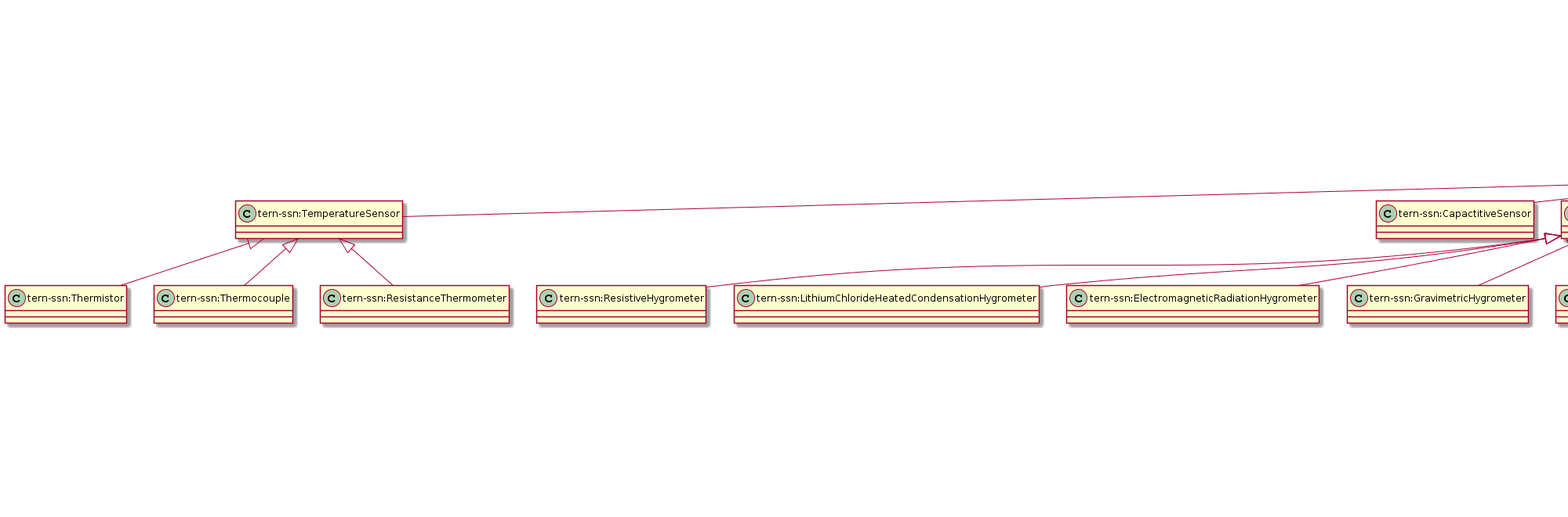
This is docs/tern-ssn.ttl.txt.png from ternaustralia/ontology_tern-sensor, a PlantUML export, as it was before one commit.
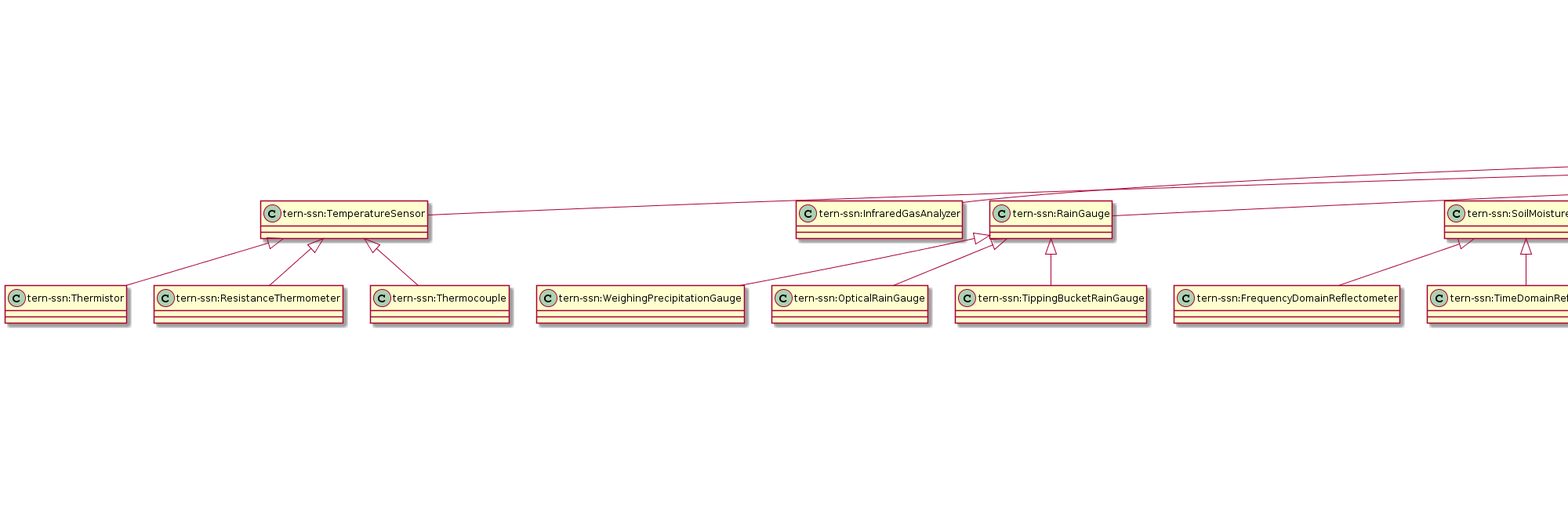
Above is the later version.

Diff of the diagram source:
```diff
@@ -1,234 +1,237 @@
 @startuml
 title TERN SSN ontology extension and vocabulary
+"ssn:System" <|-- "sosa:Sensor"
+"schema:Event" <|-- "tern-ssn:DroneCampaign"
+"tern-ssn:TemperatureSensor" <|-- "tern-ssn:Thermistor"
+"sosa:Sensor" <|-- "tern-ssn:InfraredGasAnalyzer"
+"tern-ssn:RainGauge" <|-- "tern-ssn:WeighingPrecipitationGauge"
+"tern-ssn:SoilMoistureSensor" <|-- "tern-ssn:FrequencyDomainReflectometer"
+"tern-ssn:EddyCovarianceFluxTower" <|-- "tern-ssn:WalkUpTower"
+"tern-ssn:Actinometer" <|-- "tern-ssn:Pyranometer"
+"ssn:Property" <|-- "tern-ssn:SystemCapability"
+"tern-ssn:Barometer" <|-- "tern-ssn:ElectronicBarometer"
+"tern-ssn:RainGauge" <|-- "tern-ssn:OpticalRainGauge"
+"sosa:Sensor" <|-- "tern-ssn:RadiationSensor"
+"tern-ssn:MobilePlatform" <|-- "tern-ssn:Satellite"
+"sosa:Sensor" <|-- "tern-ssn:HeatFluxSensor"
+"prov:Entity" <|-- "tern-ssn:Calibration"
+"tern-ssn:Hygrometer" <|-- "tern-ssn:Psychrometer"
+"sosa:Sensor" <|-- "tern-ssn:SoilMoistureSensor"
+"tern-ssn:FixedPlatform" <|-- "tern-ssn:WeatherStation"
+"ssn:Property" <|-- "tern-ssn:SystemProperty"
+"tern-ssn:Anemometer" <|-- "tern-ssn:HotWireAnemometer"
+"tern-ssn:Hygrometer" <|-- "tern-ssn:GravimetricHygrometer"
+"tern-ssn:Hygrometer" <|-- "tern-ssn:ResistiveHygrometer"
+"sosa:Platform" <|-- "tern-ssn:FixedPlatform"
+"owl:Thing" <|-- "tern-ssn:DeploymentInfo"
+"tern-ssn:EddyCovarianceFluxTower" <|-- "tern-ssn:TripodTower"
+"tern-ssn:Barometer" <|-- "tern-ssn:AneroidBarometer"
+"tern-ssn:Hygrometer" <|-- "tern-ssn:ElectromagneticRadiationHygrometer"
+"tern-ssn:Hygrometer" <|-- "tern-ssn:LithiumChlorideHeatedCondensationHygrometer"
+"sosa:Sensor" <|-- "tern-ssn:WindSensor"
+"tern-ssn:SoilMoistureSensor" <|-- "tern-ssn:TimeDomainReflectometer"
 "tern-ssn:Radiometer" <|-- "tern-ssn:Pyrradiometer"
-"tern-ssn:TemperatureSensor" <|-- "tern-ssn:Thermistor"
-"sosa:Sensor" <|-- "tern-ssn:CapactitiveSensor"
+"skos:Concept" <|-- "tern-ssn:Variable"
+"sosa:ObservableProperty" <|-- "tern-ssn:Variable"
+"sosa:Platform" <|-- "tern-ssn:MobilePlatform"
+"tern-ssn:RadiationSensor" <|-- "tern-ssn:QuantumSensor"
+"tern-ssn:SonicAnemometer" <|-- "tern-ssn:3DSonicAnemometer"
+"tern-ssn:EddyCovarianceFluxTower" <|-- "tern-ssn:TriangleTower"
 "prov:Entity" <|-- "tern-ssn:SensorConfiguration"
-"tern-ssn:Anemometer" <|-- "tern-ssn:HotWireAnemometer"
-"tern-ssn:Radiometer" <|-- "tern-ssn:Actinometer"
-"sosa:Sensor" <|-- "tern-ssn:Hygrometer"
+"owl:Thing" <|-- "tern-ssn:FlightPlan"
 "tern-ssn:Anemometer" <|-- "tern-ssn:SonicAnemometer"
 "tern-ssn:RadiationSensor" <|-- "tern-ssn:Radiometer"
+"tern-ssn:TemperatureSensor" <|-- "tern-ssn:ResistanceThermometer"
+"tern-ssn:Site" <|-- "tern-ssn:SuperSite"
+"sosa:Sensor" <|-- "tern-ssn:TemperatureSensor"
 "sosa:Sensor" <|-- "tern-ssn:Barometer"
-"skos:Concept" <|-- "tern-ssn:Variable"
-"sosa:ObservableProperty" <|-- "tern-ssn:Variable"
-"tern-ssn:FixedPlatform" <|-- "tern-ssn:WeatherStation"
+"tern-ssn:FixedPlatform" <|-- "tern-ssn:Site"
+"skos:Concept" <|-- "tern-ssn:ObservationTheme"
+"tern-ssn:SonicAnemometer" <|-- "tern-ssn:2DSonicAnemometer"
+"tern-ssn:Anemometer" <|-- "tern-ssn:CupAnemometer"
+"sosa:Sensor" <|-- "tern-ssn:CapactitiveSensor"
+"tern-ssn:FixedPlatform" <|-- "tern-ssn:EddyCovarianceFluxTower"
+"sosa:Sensor" <|-- "tern-ssn:SapFlowSensor"
+"skos:Concept" <|-- "tern-ssn:QuantitativeVariable"
+"sosa:Procedure" <|-- "tern-ssn:Method"
+"skos:Concept" <|-- "tern-ssn:Method"
+"tern-ssn:EddyCovarianceFluxTower" <|-- "tern-ssn:PoleTower"
 "tern-ssn:Site" <|-- "tern-ssn:AffiliateSuperSite"
-"tern-ssn:Anemometer" <|-- "tern-ssn:CupAnemometer"
-"sosa:Sensor" <|-- "tern-ssn:Dendrometer"
-"tern-ssn:Hygrometer" <|-- "tern-ssn:ResistiveHygrometer"
-"ssn:Property" <|-- "tern-ssn:SystemProperty"
-"sosa:Sensor" <|-- "tern-ssn:WindSensor"
-"tern-ssn:SoilMoistureSensor" <|-- "tern-ssn:FrequencyDomainReflectometer"
-"tern-ssn:Barometer" <|-- "tern-ssn:AneroidBarometer"
-"owl:Thing" <|-- "tern-ssn:DeploymentInfo"
-"tern-ssn:RadiationSensor" <|-- "tern-ssn:Pyrheliometer"
+"sosa:Sensor" <|-- "tern-ssn:RainGauge"
+"sosa:Sensor" <|-- "tern-ssn:Hygrometer"
+"tern-ssn:Hygrometer" <|-- "tern-ssn:DewPointHygrometer"
+"tern-ssn:Radiometer" <|-- "tern-ssn:Actinometer"
+"tern-ssn:Hygrometer" <|-- "tern-ssn:HairHygrometer"
+"tern-ssn:Actinometer" <|-- "tern-ssn:NetRadiometer"
+"tern-ssn:RadiationSensor" <|-- "tern-ssn:Pyrgeometer"
+"tern-ssn:MobilePlatform" <|-- "tern-ssn:Aircraft"
+"tern-ssn:Site" <|-- "tern-ssn:EcosystemProcessesSite"
 "sosa:Sensor" <|-- "tern-ssn:Ceilometer"
 "sosa:Sensor" <|-- "tern-ssn:Spectrometer"
-"sosa:Sensor" <|-- "tern-ssn:HeatFluxSensor"
-"tern-ssn:Hygrometer" <|-- "tern-ssn:LithiumChlorideHeatedCondensationHygrometer"
-"skos:Concept" <|-- "tern-ssn:QuantitativeVariable"
-"sosa:Sensor" <|-- "tern-ssn:SapFlowSensor"
+"tern-ssn:RadiationSensor" <|-- "tern-ssn:Pyrheliometer"
+"tern-ssn:Barometer" <|-- "tern-ssn:MercuryBarometer"
+"tern-ssn:WindSensor" <|-- "tern-ssn:Anemometer"
+"tern-ssn:RainGauge" <|-- "tern-ssn:TippingBucketRainGauge"
 "tern-ssn:TemperatureSensor" <|-- "tern-ssn:Thermocouple"
-"tern-ssn:Actinometer" <|-- "tern-ssn:NetRadiometer"
-"tern-ssn:MobilePlatform" <|-- "tern-ssn:Satellite"
-"tern-ssn:RainGauge" <|-- "tern-ssn:TippingBucketRainGauge"
-"tern-ssn:MobilePlatform" <|-- "tern-ssn:Aircraft"
-"ssn:Property" <|-- "tern-ssn:SystemCapability"
-"sosa:Procedure" <|-- "tern-ssn:Method"
-"skos:Concept" <|-- "tern-ssn:Method"
-"tern-ssn:Hygrometer" <|-- "tern-ssn:ElectromagneticRadiationHygrometer"
-"tern-ssn:FixedPlatform" <|-- "tern-ssn:EddyCovarianceFluxTower"
-"tern-ssn:Hygrometer" <|-- "tern-ssn:GravimetricHygrometer"
-"tern-ssn:RainGauge" <|-- "tern-ssn:WeighingPrecipitationGauge"
-"sosa:Sensor" <|-- "tern-ssn:TemperatureSensor"
-"prov:Entity" <|-- "tern-ssn:Calibration"
-"tern-ssn:Hygrometer" <|-- "tern-ssn:Psychrometer"
-"tern-ssn:Hygrometer" <|-- "tern-ssn:HairHygrometer"
-"sosa:Sensor" <|-- "tern-ssn:SoilMoistureSensor"
-"ssn:System" <|-- "sosa:Sensor"
-"tern-ssn:FixedPlatform" <|-- "tern-ssn:Site"
-"tern-ssn:RadiationSensor" <|-- "tern-ssn:Pyrgeometer"
-"schema:Event" <|-- "tern-ssn:DroneCampaign"
-"tern-ssn:SoilMoistureSensor" <|-- "tern-ssn:TimeDomainReflectometer"
-"tern-ssn:RainGauge" <|-- "tern-ssn:OpticalRainGauge"
-"owl:Thing" <|-- "tern-ssn:FlightPlan"
-"tern-ssn:Actinometer" <|-- "tern-ssn:Pyranometer"
-"tern-ssn:Barometer" <|-- "tern-ssn:ElectronicBarometer"
-"tern-ssn:EddyCovarianceFluxTower" <|-- "tern-ssn:TriangleTower"
-"tern-ssn:Barometer" <|-- "tern-ssn:MercuryBarometer"
-"tern-ssn:EddyCovarianceFluxTower" <|-- "tern-ssn:PoleTower"
-"tern-ssn:EddyCovarianceFluxTower" <|-- "tern-ssn:TripodTower"
-"sosa:Platform" <|-- "tern-ssn:FixedPlatform"
-"sosa:Platform" <|-- "tern-ssn:MobilePlatform"
-"tern-ssn:RadiationSensor" <|-- "tern-ssn:QuantumSensor"
-"tern-ssn:Hygrometer" <|-- "tern-ssn:DewPointHygrometer"
-"tern-ssn:Site" <|-- "tern-ssn:EcosystemProcessesSite"
-"tern-ssn:EddyCovarianceFluxTower" <|-- "tern-ssn:WalkUpTower"
-"tern-ssn:SonicAnemometer" <|-- "tern-ssn:2DSonicAnemometer"
 "tern-ssn:Aircraft" <|-- "tern-ssn:Drone"
-"sosa:Sensor" <|-- "tern-ssn:RadiationSensor"
-"tern-ssn:Site" <|-- "tern-ssn:SuperSite"
-"tern-ssn:WindSensor" <|-- "tern-ssn:Anemometer"
-"sosa:Sensor" <|-- "tern-ssn:InfraredGasAnalyzer"
-"tern-ssn:SonicAnemometer" <|-- "tern-ssn:3DSonicAnemometer"
-"tern-ssn:TemperatureSensor" <|-- "tern-ssn:ResistanceThermometer"
-"sosa:Sensor" <|-- "tern-ssn:RainGauge"
-Class "tern-ssn:Pyrradiometer" [[https://w3id.org/tern/ontologies/ssn/Pyrradiometer]] {
+"sosa:Sensor" <|-- "tern-ssn:Dendrometer"
+Class "sosa:Sensor" [[http://www.w3.org/ns/sosa/Sensor]] {
+}
+Class "tern-ssn:DroneCampaign" [[https://w3id.org/tern/ontologies/ssn/DroneCampaign]] {
 }
 Class "tern-ssn:Thermistor" [[https://w3id.org/tern/ontologies/ssn/Thermistor]] {
 }
-Class "tern-ssn:CapactitiveSensor" [[https://w3id.org/tern/ontologies/ssn/CapactitiveSensor]] {
+Class "tern-ssn:InfraredGasAnalyzer" [[https://w3id.org/tern/ontologies/ssn/InfraredGasAnalyzer]] {
+}
+Class "tern-ssn:WeighingPrecipitationGauge" [[https://w3id.org/tern/ontologies/ssn/WeighingPrecipitationGauge]] {
+}
+Class "tern-ssn:FrequencyDomainReflectometer" [[https://w3id.org/tern/ontologies/ssn/FrequencyDomainReflectometer]] {
+}
+Class "tern-ssn:WalkUpTower" [[https://w3id.org/tern/ontologies/ssn/WalkUpTower]] {
+}
+Class "tern-ssn:Pyranometer" [[https://w3id.org/tern/ontologies/ssn/Pyranometer]] {
+}
+Class "tern-ssn:SystemCapability" [[https://www.w3.org/ns/ssn/systems/SystemCapability]] {
+}
+Class "tern-ssn:ElectronicBarometer" [[https://w3id.org/tern/ontologies/ssn/ElectronicBarometer]] {
+}
+Class "tern-ssn:OpticalRainGauge" [[https://w3id.org/tern/ontologies/ssn/OpticalRainGauge]] {
+}
+Class "tern-ssn:RadiationSensor" [[https://w3id.org/tern/ontologies/ssn/RadiationSensor]] {
+}
+Class "tern-ssn:Satellite" [[https://w3id.org/tern/ontologies/ssn/Satellite]] {
+}
+Class "sosa:ObservableProperty" [[http://www.w3.org/ns/sosa/ObservableProperty]] {
+}
+Class "tern-ssn:HeatFluxSensor" [[https://w3id.org/tern/ontologies/ssn/HeatFluxSensor]] {
+}
+Class "tern-ssn:Calibration" [[https://w3id.org/tern/ontologies/ssn/Calibration]] {
+}
+Class "tern-ssn:Psychrometer" [[https://w3id.org/tern/ontologies/ssn/Psychrometer]] {
+}
+Class "tern-ssn:SoilMoistureSensor" [[https://w3id.org/tern/ontologies/ssn/SoilMoistureSensor]] {
+}
+Class "tern-ssn:WeatherStation" [[https://w3id.org/tern/ontologies/ssn/WeatherStation]] {
+}
+Class "tern-ssn:SystemProperty" [[https://www.w3.org/ns/ssn/systems/SystemProperty]] {
+}
+Class "tern-ssn:HotWireAnemometer" [[https://w3id.org/tern/ontologies/ssn/HotWireAnemometer]] {
+}
+Class "tern-ssn:GravimetricHygrometer" [[https://w3id.org/tern/ontologies/ssn/GravimetricHygrometer]] {
+}
+Class "tern-ssn:ResistiveHygrometer" [[https://w3id.org/tern/ontologies/ssn/ResistiveHygrometer]] {
+}
+Class "tern-ssn:FixedPlatform" [[https://w3id.org/tern/ontologies/ssn/FixedPlatform]] {
+}
+Class "tern-ssn:DeploymentInfo" [[https://w3id.org/tern/ontologies/ssn/DeploymentInfo]] {
+}
+Class "tern-ssn:TripodTower" [[https://w3id.org/tern/ontologies/ssn/TripodTower]] {
+}
+Class "tern-ssn:AneroidBarometer" [[https://w3id.org/tern/ontologies/ssn/AneroidBarometer]] {
+}
+Class "tern-ssn:ElectromagneticRadiationHygrometer" [[https://w3id.org/tern/ontologies/ssn/ElectromagneticRadiationHygrometer]] {
+}
+Class "tern-ssn:LithiumChlorideHeatedCondensationHygrometer" [[https://w3id.org/tern/ontologies/ssn/LithiumChlorideHeatedCondensationHygrometer]] {
+}
+Class "tern-ssn:ub1bL24C25" [[ub1bL24C25]] {
+}
+Class "tern-ssn:WindSensor" [[https://w3id.org/tern/ontologies/ssn/WindSensor]] {
+}
+Class "tern-ssn:TimeDomainReflectometer" [[https://w3id.org/tern/ontologies/ssn/TimeDomainReflectometer]] {
+}
+Class "tern-ssn:Pyrradiometer" [[https://w3id.org/tern/ontologies/ssn/Pyrradiometer]] {
+}
+Class "tern-ssn:Variable" [[https://w3id.org/tern/ontologies/ssn/Variable]] {
+}
+Class "tern-ssn:MobilePlatform" [[https://w3id.org/tern/ontologies/ssn/MobilePlatform]] {
+}
+Class "tern-ssn:QuantumSensor" [[https://w3id.org/tern/ontologies/ssn/QuantumSensor]] {
+}
+Class "tern-ssn:3DSonicAnemometer" [[https://w3id.org/tern/ontologies/ssn/3DSonicAnemometer]] {
+}
+Class "tern-ssn:TriangleTower" [[https://w3id.org/tern/ontologies/ssn/TriangleTower]] {
+}
+Class "sosa:Procedure" [[http://www.w3.org/ns/sosa/Procedure]] {
 }
 Class "tern-ssn:SensorConfiguration" [[https://w3id.org/tern/ontologies/ssn/SensorConfiguration]] {
 }
-Class "tern-ssn:HotWireAnemometer" [[https://w3id.org/tern/ontologies/ssn/HotWireAnemometer]] {
-}
-Class "tern-ssn:Actinometer" [[https://w3id.org/tern/ontologies/ssn/Actinometer]] {
-}
-Class "tern-ssn:Hygrometer" [[https://w3id.org/tern/ontologies/ssn/Hygrometer]] {
+Class "tern-ssn:FlightPlan" [[https://w3id.org/tern/ontologies/ssn/FlightPlan]] {
 }
 Class "tern-ssn:SonicAnemometer" [[https://w3id.org/tern/ontologies/ssn/SonicAnemometer]] {
 }
 Class "tern-ssn:Radiometer" [[https://w3id.org/tern/ontologies/ssn/Radiometer]] {
 }
+Class "sosa:Platform" [[http://www.w3.org/ns/sosa/Platform]] {
+}
+Class "tern-ssn:ResistanceThermometer" [[https://w3id.org/tern/ontologies/ssn/ResistanceThermometer]] {
+}
+Class "tern-ssn:SuperSite" [[https://w3id.org/tern/ontologies/ssn/SuperSite]] {
+}
+Class "tern-ssn:TemperatureSensor" [[https://w3id.org/tern/ontologies/ssn/TemperatureSensor]] {
+}
 Class "tern-ssn:Barometer" [[https://w3id.org/tern/ontologies/ssn/Barometer]] {
 }
-Class "tern-ssn:Variable" [[https://w3id.org/tern/ontologies/ssn/Variable]] {
+Class "tern-ssn:Site" [[https://w3id.org/tern/ontologies/ssn/Site]] {
 }
-Class "tern-ssn:WeatherStation" [[https://w3id.org/tern/ontologies/ssn/WeatherStation]] {
+Class "tern-ssn:ObservationTheme" [[https://w3id.org/tern/ontologies/ssn/ObservationTheme]] {
+}
+Class "tern-ssn:2DSonicAnemometer" [[https://w3id.org/tern/ontologies/ssn/2DSonicAnemometer]] {
+}
+Class "tern-ssn:CupAnemometer" [[https://w3id.org/tern/ontologies/ssn/CupAnemometer]] {
+}
+Class "tern-ssn:CapactitiveSensor" [[https://w3id.org/tern/ontologies/ssn/CapactitiveSensor]] {
+}
+Class "tern-ssn:EddyCovarianceFluxTower" [[https://w3id.org/tern/ontologies/ssn/EddyCovarianceFluxTower]] {
+}
+Class "tern-ssn:SapFlowSensor" [[https://w3id.org/tern/ontologies/ssn/SapFlowSensor]] {
+}
+Class "tern-ssn:QuantitativeVariable" [[https://w3id.org/tern/ontologies/ssn/QuantitativeVariable]] {
+}
+Class "tern-ssn:Method" [[https://w3id.org/tern/ontologies/ssn/Method]] {
+}
+Class "tern-ssn:PoleTower" [[https://w3id.org/tern/ontologies/ssn/PoleTower]] {
 }
 Class "tern-ssn:AffiliateSuperSite" [[https://w3id.org/tern/ontologies/ssn/AffiliateSuperSite]] {
 }
-Class "tern-ssn:CupAnemometer" [[https://w3id.org/tern/ontologies/ssn/CupAnemometer]] {
+Class "tern-ssn:RainGauge" [[https://w3id.org/tern/ontologies/ssn/RainGauge]] {
 }
-Class "tern-ssn:Dendrometer" [[https://w3id.org/tern/ontologies/ssn/Dendrometer]] {
+Class "ssn:Deployment" [[http://www.w3.org/ns/ssn/Deployment]] {
 }
-Class "tern-ssn:ResistiveHygrometer" [[https://w3id.org/tern/ontologies/ssn/ResistiveHygrometer]] {
+Class "tern-ssn:Hygrometer" [[https://w3id.org/tern/ontologies/ssn/Hygrometer]] {
 }
-Class "tern-ssn:ub1bL24C25" [[ub1bL24C25]] {
+Class "tern-ssn:DewPointHygrometer" [[https://w3id.org/tern/ontologies/ssn/DewPointHygrometer]] {
 }
-Class "tern-ssn:SystemProperty" [[https://www.w3.org/ns/ssn/systems/SystemProperty]] {
+Class "tern-ssn:Actinometer" [[https://w3id.org/tern/ontologies/ssn/Actinometer]] {
 }
-Class "tern-ssn:WindSensor" [[https://w3id.org/tern/ontologies/ssn/WindSensor]] {
+Class "tern-ssn:HairHygrometer" [[https://w3id.org/tern/ontologies/ssn/HairHygrometer]] {
 }
-Class "tern-ssn:FrequencyDomainReflectometer" [[https://w3id.org/tern/ontologies/ssn/FrequencyDomainReflectometer]] {
+Class "tern-ssn:NetRadiometer" [[https://w3id.org/tern/ontologies/ssn/NetRadiometer]] {
 }
-Class "tern-ssn:AneroidBarometer" [[https://w3id.org/tern/ontologies/ssn/AneroidBarometer]] {
+Class "tern-ssn:Pyrgeometer" [[https://w3id.org/tern/ontologies/ssn/Pyrgeometer]] {
 }
-Class "tern-ssn:DeploymentInfo" [[https://w3id.org/tern/ontologies/ssn/DeploymentInfo]] {
+Class "tern-ssn:Aircraft" [[https://w3id.org/tern/ontologies/ssn/Aircraft]] {
 }
-Class "tern-ssn:Pyrheliometer" [[https://w3id.org/tern/ontologies/ssn/Pyrheliometer]] {
+Class "tern-ssn:EcosystemProcessesSite" [[https://w3id.org/tern/ontologies/ssn/EcosystemProcessesSite]] {
 }
 Class "tern-ssn:Ceilometer" [[https://w3id.org/tern/ontologies/ssn/Ceilometer]] {
 }
 Class "tern-ssn:Spectrometer" [[https://w3id.org/tern/ontologies/ssn/Spectrometer]] {
 }
-Class "tern-ssn:HeatFluxSensor" [[https://w3id.org/tern/ontologies/ssn/HeatFluxSensor]] {
+Class "tern-ssn:Pyrheliometer" [[https://w3id.org/tern/ontologies/ssn/Pyrheliometer]] {
 }
-Class "tern-ssn:LithiumChlorideHeatedCondensationHygrometer" [[https://w3id.org/tern/ontologies/ssn/LithiumChlorideHeatedCondensationHygrometer]] {
+Class "tern-ssn:MercuryBarometer" [[https://w3id.org/tern/ontologies/ssn/MercuryBarometer]] {
 }
-Class "tern-ssn:QuantitativeVariable" [[https://w3id.org/tern/ontologies/ssn/QuantitativeVariable]] {
+Class "tern-ssn:Anemometer" [[https://w3id.org/tern/ontologies/ssn/Anemometer]] {
 }
-Class "tern-ssn:SapFlowSensor" [[https://w3id.org/tern/ontologies/ssn/SapFlowSensor]] {
+Class "tern-ssn:TippingBucketRainGauge" [[https://w3id.org/tern/ontologies/ssn/TippingBucketRainGauge]] {
 }
 Class "tern-ssn:Thermocouple" [[https://w3id.org/tern/ontologies/ssn/Thermocouple]] {
 }
-Class "tern-ssn:NetRadiometer" [[https://w3id.org/tern/ontologies/ssn/NetRadiometer]] {
-}
-Class "tern-ssn:Satellite" [[https://w3id.org/tern/ontologies/ssn/Satellite]] {
-}
-Class "tern-ssn:TippingBucketRainGauge" [[https://w3id.org/tern/ontologies/ssn/TippingBucketRainGauge]] {
-}
-Class "tern-ssn:Aircraft" [[https://w3id.org/tern/ontologies/ssn/Aircraft]] {
-}
-Class "tern-ssn:SystemCapability" [[https://www.w3.org/ns/ssn/systems/SystemCapability]] {
-}
-Class "tern-ssn:Method" [[https://w3id.org/tern/ontologies/ssn/Method]] {
-}
-Class "tern-ssn:ElectromagneticRadiationHygrometer" [[https://w3id.org/tern/ontologies/ssn/ElectromagneticRadiationHygrometer]] {
-}
-Class "sosa:Procedure" [[http://www.w3.org/ns/sosa/Procedure]] {
-}
-Class "tern-ssn:EddyCovarianceFluxTower" [[https://w3id.org/tern/ontologies/ssn/EddyCovarianceFluxTower]] {
-}
-Class "tern-ssn:GravimetricHygrometer" [[https://w3id.org/tern/ontologies/ssn/GravimetricHygrometer]] {
-}
-Class "tern-ssn:WeighingPrecipitationGauge" [[https://w3id.org/tern/ontologies/ssn/WeighingPrecipitationGauge]] {
-}
-Class "tern-ssn:TemperatureSensor" [[https://w3id.org/tern/ontologies/ssn/TemperatureSensor]] {
-}
-Class "tern-ssn:Calibration" [[https://w3id.org/tern/ontologies/ssn/Calibration]] {
-}
-Class "tern-ssn:Psychrometer" [[https://w3id.org/tern/ontologies/ssn/Psychrometer]] {
-}
-Class "tern-ssn:HairHygrometer" [[https://w3id.org/tern/ontologies/ssn/HairHygrometer]] {
-}
-Class "tern-ssn:SoilMoistureSensor" [[https://w3id.org/tern/ontologies/ssn/SoilMoistureSensor]] {
-}
-Class "sosa:ObservableProperty" [[http://www.w3.org/ns/sosa/ObservableProperty]] {
-}
-Class "sosa:Sensor" [[http://www.w3.org/ns/sosa/Sensor]] {
-}
-Class "tern-ssn:Site" [[https://w3id.org/tern/ontologies/ssn/Site]] {
-}
-Class "tern-ssn:Pyrgeometer" [[https://w3id.org/tern/ontologies/ssn/Pyrgeometer]] {
-}
-Class "tern-ssn:DroneCampaign" [[https://w3id.org/tern/ontologies/ssn/DroneCampaign]] {
-}
-Class "tern-ssn:TimeDomainReflectometer" [[https://w3id.org/tern/ontologies/ssn/TimeDomainReflectometer]] {
-}
-Class "tern-ssn:OpticalRainGauge" [[https://w3id.org/tern/ontologies/ssn/OpticalRainGauge]] {
-}
-Class "tern-ssn:FlightPlan" [[https://w3id.org/tern/ontologies/ssn/FlightPlan]] {
-}
-Class "tern-ssn:Pyranometer" [[https://w3id.org/tern/ontologies/ssn/Pyranometer]] {
-}
-Class "tern-ssn:ElectronicBarometer" [[https://w3id.org/tern/ontologies/ssn/ElectronicBarometer]] {
-}
-Class "tern-ssn:TriangleTower" [[https://w3id.org/tern/ontologies/ssn/TriangleTower]] {
-}
-Class "sosa:Platform" [[http://www.w3.org/ns/sosa/Platform]] {
-}
-Class "tern-ssn:MercuryBarometer" [[https://w3id.org/tern/ontologies/ssn/MercuryBarometer]] {
-}
-Class "tern-ssn:PoleTower" [[https://w3id.org/tern/ontologies/ssn/PoleTower]] {
-}
-Class "tern-ssn:TripodTower" [[https://w3id.org/tern/ontologies/ssn/TripodTower]] {
-}
-Class "tern-ssn:FixedPlatform" [[https://w3id.org/tern/ontologies/ssn/FixedPlatform]] {
-}
-Class "tern-ssn:MobilePlatform" [[https://w3id.org/tern/ontologies/ssn/MobilePlatform]] {
-}
-Class "tern-ssn:QuantumSensor" [[https://w3id.org/tern/ontologies/ssn/QuantumSensor]] {
-}
-Class "tern-ssn:DewPointHygrometer" [[https://w3id.org/tern/ontologies/ssn/DewPointHygrometer]] {
-}
-Class "tern-ssn:EcosystemProcessesSite" [[https://w3id.org/tern/ontologies/ssn/EcosystemProcessesSite]] {
-}
-Class "tern-ssn:WalkUpTower" [[https://w3id.org/tern/ontologies/ssn/WalkUpTower]] {
-}
 Class "ssn:System" [[http://www.w3.org/ns/ssn/System]] {
-}
-Class "tern-ssn:2DSonicAnemometer" [[https://w3id.org/tern/ontologies/ssn/2DSonicAnemometer]] {
 }
 Class "tern-ssn:Drone" [[https://w3id.org/tern/ontologies/ssn/Drone]] {
 }
-Class "tern-ssn:RadiationSensor" [[https://w3id.org/tern/ontologies/ssn/RadiationSensor]] {
-}
-Class "tern-ssn:SuperSite" [[https://w3id.org/tern/ontologies/ssn/SuperSite]] {
-}
-Class "tern-ssn:Anemometer" [[https://w3id.org/tern/ontologies/ssn/Anemometer]] {
-}
-Class "tern-ssn:InfraredGasAnalyzer" [[https://w3id.org/tern/ontologies/ssn/InfraredGasAnalyzer]] {
-}
-Class "tern-ssn:3DSonicAnemometer" [[https://w3id.org/tern/ontologies/ssn/3DSonicAnemometer]] {
-}
-Class "tern-ssn:ResistanceThermometer" [[https://w3id.org/tern/ontologies/ssn/ResistanceThermometer]] {
-}
-Class "tern-ssn:RainGauge" [[https://w3id.org/tern/ontologies/ssn/RainGauge]] {
-}
-Class "ssn:Deployment" [[http://www.w3.org/ns/ssn/Deployment]] {
+Class "tern-ssn:Dendrometer" [[https://w3id.org/tern/ontologies/ssn/Dendrometer]] {
 }
 header
 Creator: Edmond Chuc (e.chuc@uq.edu.au)
```
